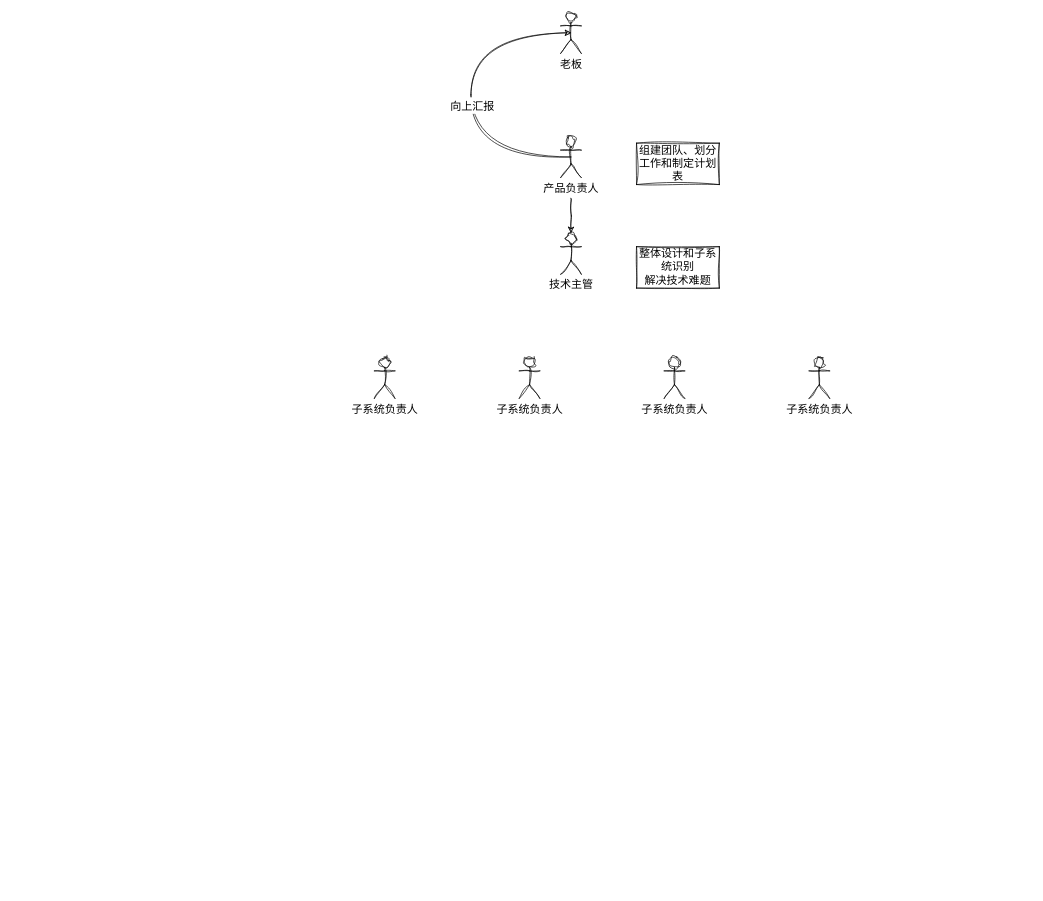
Earlier version of the draw.io diagram page "中层" (1 of 5) of docs/software-enginner.drawio (caijiatao/go-lib). Source tidied: cells renumbered, new cells numbered last; positions are measured from the earlier drawing's top-left corner, leaving out a move shared by most shapes. Both pictures are drawn from the tidied source at 69%, with x=0, y=0 at pixel (374, 12).
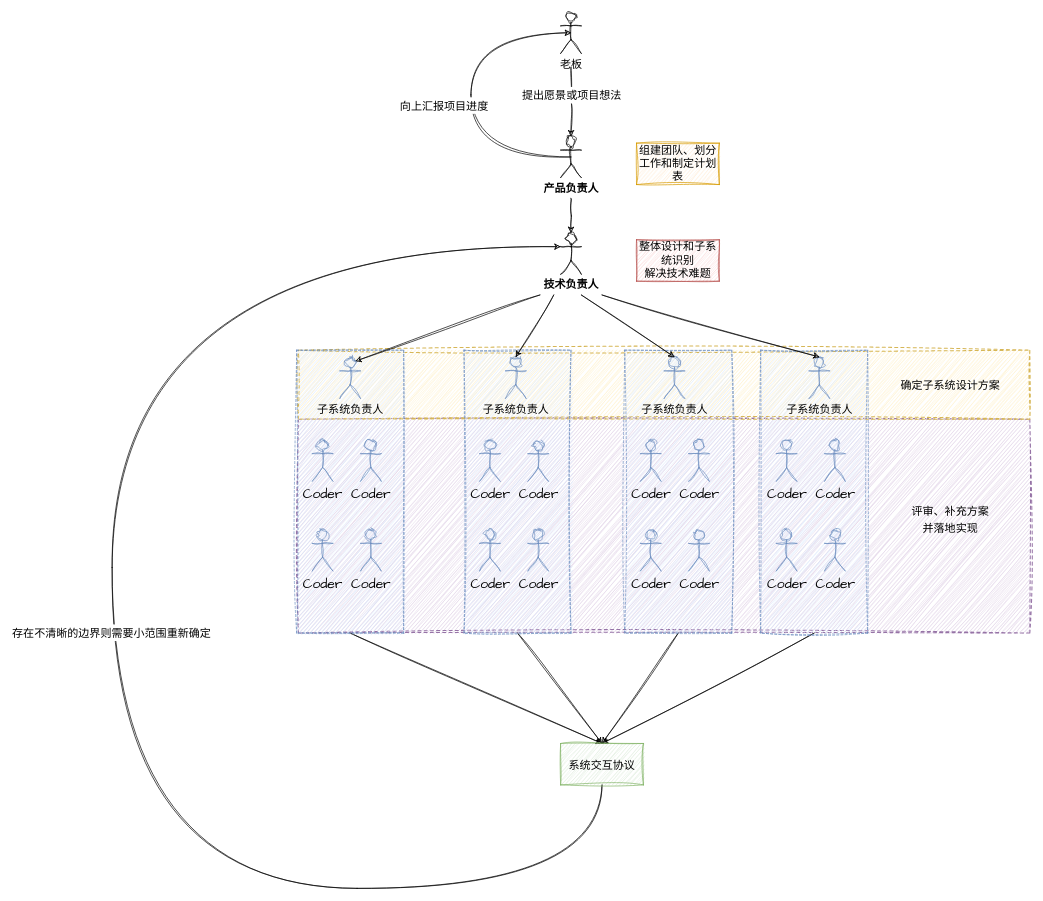
The same page after the edit.

Commit message:
feature :add pic

The change refers to these unchanged cells:
```xml
<mxCell id="3" style="edgeStyle=orthogonalEdgeStyle;sketch=1;hachureGap=4;jiggle=2;curveFitting=1;jettySize=auto;html=1;exitX=0.5;exitY=0.5;exitDx=0;exitDy=0;exitPerimeter=0;entryX=0.5;entryY=0.5;entryDx=0;entryDy=0;entryPerimeter=0;fontFamily=Architects Daughter;fontSize=16;curved=1;" parent="1" edge="1" source="5" target="7">
  <mxGeometry relative="1" as="geometry">
    <Array as="points">
      <mxPoint x="140" y="210" />
      <mxPoint x="140" y="30" />
    </Array>
  </mxGeometry>
</mxCell>
```

Change to the diagram source:
```diff
@@
+    <mxCell id="14" style="rounded=0;whiteSpace=wrap;html=1;sketch=1;hachureGap=4;jiggle=2;curveFitting=1;fontFamily=Architects Daughter;fontSize=20;dashed=1;fillColor=#e1d5e7;strokeColor=#9673a6;strokeWidth=1.5;" parent="1" vertex="1">
+      <mxGeometry x="-110" y="590" width="1060" height="310" as="geometry" />
+    </mxCell>
+    <mxCell id="15" style="rounded=0;whiteSpace=wrap;html=1;sketch=1;hachureGap=4;jiggle=2;curveFitting=1;fontFamily=Architects Daughter;fontSize=20;dashed=1;fillColor=#fff2cc;strokeColor=#d6b656;strokeWidth=1.5;" parent="1" vertex="1">
+      <mxGeometry x="-110" y="490" width="1060" height="100" as="geometry" />
+    </mxCell>
+    <mxCell id="16" style="rounded=0;sketch=1;hachureGap=4;jiggle=2;curveFitting=1;jettySize=auto;html=1;exitX=0.5;exitY=1;exitDx=0;exitDy=0;entryX=0.5;entryY=0;entryDx=0;entryDy=0;fontFamily=Architects Daughter;fontSize=16;" parent="1" edge="1" source="17" target="48">
+      <mxGeometry relative="1" as="geometry" />
+    </mxCell>
+    <mxCell id="17" style="rounded=0;whiteSpace=wrap;html=1;sketch=1;hachureGap=4;jiggle=2;curveFitting=1;fontFamily=Architects Daughter;fontSize=20;dashed=1;fillColor=#dae8fc;strokeColor=#6c8ebf;" parent="1" vertex="1">
+      <mxGeometry x="363" y="490" width="155" height="410" as="geometry" />
+    </mxCell>
+    <mxCell id="18" style="rounded=0;sketch=1;hachureGap=4;jiggle=2;curveFitting=1;jettySize=auto;html=1;exitX=0.5;exitY=1;exitDx=0;exitDy=0;entryX=0.5;entryY=0;entryDx=0;entryDy=0;fontFamily=Architects Daughter;fontSize=16;" parent="1" edge="1" source="19" target="48">
+      <mxGeometry relative="1" as="geometry" />
+    </mxCell>
+    <mxCell id="19" style="rounded=0;whiteSpace=wrap;html=1;sketch=1;hachureGap=4;jiggle=2;curveFitting=1;fontFamily=Architects Daughter;fontSize=20;dashed=1;fillColor=#dae8fc;strokeColor=#6c8ebf;" parent="1" vertex="1">
+      <mxGeometry x="130" y="490" width="155" height="410" as="geometry" />
+    </mxCell>
+    <mxCell id="20" style="rounded=0;sketch=1;hachureGap=4;jiggle=2;curveFitting=1;jettySize=auto;html=1;exitX=0.5;exitY=1;exitDx=0;exitDy=0;fontFamily=Architects Daughter;fontSize=16;" parent="1" edge="1" source="21">
+      <mxGeometry relative="1" as="geometry">
+        <mxPoint x="330" y="1060" as="targetPoint" />
+      </mxGeometry>
+    </mxCell>
+    <mxCell id="21" style="rounded=0;whiteSpace=wrap;html=1;sketch=1;hachureGap=4;jiggle=2;curveFitting=1;fontFamily=Architects Daughter;fontSize=20;dashed=1;fillColor=#dae8fc;strokeColor=#6c8ebf;" parent="1" vertex="1">
+      <mxGeometry x="560" y="490" width="155" height="410" as="geometry" />
+    </mxCell>
+    <mxCell id="22" value="Coder" style="shape=umlActor;verticalLabelPosition=bottom;verticalAlign=top;html=1;sketch=1;hachureGap=4;jiggle=2;curveFitting=1;fontFamily=Architects Daughter;fontSize=20;fillColor=#dae8fc;strokeColor=#6c8ebf;" parent="1" vertex="1">
+      <mxGeometry x="582.5" y="620" width="30" height="60" as="geometry" />
+    </mxCell>
+    <mxCell id="23" value="Coder" style="shape=umlActor;verticalLabelPosition=bottom;verticalAlign=top;html=1;sketch=1;hachureGap=4;jiggle=2;curveFitting=1;fontFamily=Architects Daughter;fontSize=20;fillColor=#dae8fc;strokeColor=#6c8ebf;" parent="1" vertex="1">
+      <mxGeometry x="652.5" y="620" width="30" height="60" as="geometry" />
+    </mxCell>
+    <mxCell id="24" value="Coder" style="shape=umlActor;verticalLabelPosition=bottom;verticalAlign=top;html=1;sketch=1;hachureGap=4;jiggle=2;curveFitting=1;fontFamily=Architects Daughter;fontSize=20;fillColor=#dae8fc;strokeColor=#6c8ebf;" parent="1" vertex="1">
+      <mxGeometry x="652.5" y="750" width="30" height="60" as="geometry" />
+    </mxCell>
+    <mxCell id="25" value="Coder" style="shape=umlActor;verticalLabelPosition=bottom;verticalAlign=top;html=1;sketch=1;hachureGap=4;jiggle=2;curveFitting=1;fontFamily=Architects Daughter;fontSize=20;fillColor=#dae8fc;strokeColor=#6c8ebf;" parent="1" vertex="1">
+      <mxGeometry x="582.5" y="750" width="30" height="60" as="geometry" />
+    </mxCell>
+    <mxCell id="26" style="rounded=0;sketch=1;hachureGap=4;jiggle=2;curveFitting=1;jettySize=auto;html=1;exitX=0.5;exitY=1;exitDx=0;exitDy=0;entryX=0.5;entryY=0;entryDx=0;entryDy=0;fontFamily=Architects Daughter;fontSize=16;" parent="1" edge="1" source="27" target="48">
+      <mxGeometry relative="1" as="geometry" />
+    </mxCell>
+    <mxCell id="27" style="rounded=0;whiteSpace=wrap;html=1;sketch=1;hachureGap=4;jiggle=2;curveFitting=1;fontFamily=Architects Daughter;fontSize=20;dashed=1;fillColor=#dae8fc;strokeColor=#6c8ebf;" parent="1" vertex="1">
+      <mxGeometry x="-112.5" y="490" width="155" height="410" as="geometry" />
+    </mxCell>
@@
-    <mxCell id="4" value="&lt;font style=&quot;font-size: 16px;&quot;&gt;向上汇报&lt;/font&gt;" style="edgeLabel;html=1;align=center;verticalAlign=middle;fontSize=20;fontFamily=Architects Daughter;" parent="3" vertex="1">
-      <mxGeometry x="-0.06" y="-1" relative="1" as="geometry" />
+    <mxCell id="4" value="&lt;font style=&quot;font-size: 16px;&quot;&gt;向上汇报项目进度&lt;/font&gt;" style="edgeLabel;html=1;align=center;verticalAlign=middle;fontSize=20;fontFamily=Architects Daughter;" parent="3" vertex="1">
+      <mxGeometry x="-0.06" y="-1" relative="1" as="geometry">
+        <mxPoint x="-41" as="offset" />
+      </mxGeometry>
     </mxCell>
-    <mxCell id="5" value="产品负责人" style="shape=umlActor;verticalLabelPosition=bottom;verticalAlign=top;html=1;outlineConnect=0;sketch=1;hachureGap=4;jiggle=2;curveFitting=1;fontFamily=Architects Daughter;fontSize=16;" parent="1" vertex="1">
+    <mxCell id="5" value="&lt;b&gt;产品负责人&lt;/b&gt;" style="shape=umlActor;verticalLabelPosition=bottom;verticalAlign=top;html=1;outlineConnect=0;sketch=1;hachureGap=4;jiggle=2;curveFitting=1;fontFamily=Architects Daughter;fontSize=16;" parent="1" vertex="1">
       <mxGeometry x="270" y="180" width="30" height="60" as="geometry" />
     </mxCell>
+    <mxCell id="28" style="rounded=0;sketch=1;hachureGap=4;jiggle=2;curveFitting=1;jettySize=auto;html=1;entryX=0.75;entryY=0.1;entryDx=0;entryDy=0;entryPerimeter=0;fontFamily=Architects Daughter;fontSize=16;" parent="1" edge="1" target="9">
+      <mxGeometry relative="1" as="geometry">
+        <mxPoint x="240" y="410" as="sourcePoint" />
+      </mxGeometry>
+    </mxCell>
-    <mxCell id="6" value="技术主管" style="shape=umlActor;verticalLabelPosition=bottom;verticalAlign=top;html=1;outlineConnect=0;sketch=1;hachureGap=4;jiggle=2;curveFitting=1;fontFamily=Architects Daughter;fontSize=16;" parent="1" vertex="1">
+    <mxCell id="6" value="&lt;b&gt;技术负责人&lt;/b&gt;" style="shape=umlActor;verticalLabelPosition=bottom;verticalAlign=top;html=1;outlineConnect=0;sketch=1;hachureGap=4;jiggle=2;curveFitting=1;fontFamily=Architects Daughter;fontSize=16;" parent="1" vertex="1">
       <mxGeometry x="270" y="320" width="30" height="60" as="geometry" />
     </mxCell>
+    <mxCell id="29" style="edgeStyle=orthogonalEdgeStyle;rounded=0;sketch=1;hachureGap=4;jiggle=2;curveFitting=1;jettySize=auto;html=1;fontFamily=Architects Daughter;fontSize=16;" parent="1" edge="1" target="5">
+      <mxGeometry relative="1" as="geometry">
+        <mxPoint x="285" y="80" as="sourcePoint" />
+      </mxGeometry>
+    </mxCell>
+    <mxCell id="30" value="&lt;font style=&quot;font-size: 16px;&quot;&gt;提出愿景或项目想法&lt;/font&gt;" style="edgeLabel;html=1;align=center;verticalAlign=middle;fontSize=20;fontFamily=Architects Daughter;" parent="29" vertex="1">
+      <mxGeometry x="-0.2" y="1" relative="1" as="geometry">
+        <mxPoint x="-1" as="offset" />
+      </mxGeometry>
+    </mxCell>
@@
-    <mxCell id="8" value="整体设计和子系统识别&lt;br&gt;解决技术难题" style="rounded=0;whiteSpace=wrap;html=1;sketch=1;hachureGap=4;jiggle=2;curveFitting=1;fontFamily=Architects Daughter;fontSize=16;" parent="1" vertex="1">
-      <mxGeometry x="380" y="340" width="120" height="60" as="geometry" />
+    <mxCell id="8" value="整体设计和子系统识别&lt;br&gt;解决技术难题" style="rounded=0;whiteSpace=wrap;html=1;sketch=1;hachureGap=4;jiggle=2;curveFitting=1;fontFamily=Architects Daughter;fontSize=16;fillColor=#f8cecc;strokeColor=#b85450;" parent="1" vertex="1">
+      <mxGeometry x="380" y="330" width="120" height="60" as="geometry" />
     </mxCell>
-    <mxCell id="9" value="子系统负责人" style="shape=umlActor;verticalLabelPosition=bottom;verticalAlign=top;html=1;outlineConnect=0;sketch=1;hachureGap=4;jiggle=2;curveFitting=1;fontFamily=Architects Daughter;fontSize=16;" parent="1" vertex="1">
-      <mxGeometry y="500" width="30" height="60" as="geometry" />
+    <mxCell id="9" value="子系统负责人" style="shape=umlActor;verticalLabelPosition=bottom;verticalAlign=top;html=1;outlineConnect=0;sketch=1;hachureGap=4;jiggle=2;curveFitting=1;fontFamily=Architects Daughter;fontSize=16;fillColor=#dae8fc;strokeColor=#6c8ebf;" parent="1" vertex="1">
+      <mxGeometry x="-50" y="500" width="30" height="60" as="geometry" />
     </mxCell>
-    <mxCell id="10" value="子系统负责人" style="shape=umlActor;verticalLabelPosition=bottom;verticalAlign=top;html=1;outlineConnect=0;sketch=1;hachureGap=4;jiggle=2;curveFitting=1;fontFamily=Architects Daughter;fontSize=16;" parent="1" vertex="1">
-      <mxGeometry x="210" y="500" width="30" height="60" as="geometry" />
+    <mxCell id="10" value="子系统负责人" style="shape=umlActor;verticalLabelPosition=bottom;verticalAlign=top;html=1;outlineConnect=0;sketch=1;hachureGap=4;jiggle=2;curveFitting=1;fontFamily=Architects Daughter;fontSize=16;fillColor=#dae8fc;strokeColor=#6c8ebf;" parent="1" vertex="1">
+      <mxGeometry x="190" y="500" width="30" height="60" as="geometry" />
     </mxCell>
-    <mxCell id="11" value="子系统负责人" style="shape=umlActor;verticalLabelPosition=bottom;verticalAlign=top;html=1;outlineConnect=0;sketch=1;hachureGap=4;jiggle=2;curveFitting=1;fontFamily=Architects Daughter;fontSize=16;" parent="1" vertex="1">
+    <mxCell id="11" value="子系统负责人" style="shape=umlActor;verticalLabelPosition=bottom;verticalAlign=top;html=1;outlineConnect=0;sketch=1;hachureGap=4;jiggle=2;curveFitting=1;fontFamily=Architects Daughter;fontSize=16;fillColor=#dae8fc;strokeColor=#6c8ebf;" parent="1" vertex="1">
       <mxGeometry x="420" y="500" width="30" height="60" as="geometry" />
     </mxCell>
-    <mxCell id="12" value="子系统负责人" style="shape=umlActor;verticalLabelPosition=bottom;verticalAlign=top;html=1;outlineConnect=0;sketch=1;hachureGap=4;jiggle=2;curveFitting=1;fontFamily=Architects Daughter;fontSize=16;" parent="1" vertex="1">
+    <mxCell id="12" value="子系统负责人" style="shape=umlActor;verticalLabelPosition=bottom;verticalAlign=top;html=1;outlineConnect=0;sketch=1;hachureGap=4;jiggle=2;curveFitting=1;fontFamily=Architects Daughter;fontSize=16;fillColor=#dae8fc;strokeColor=#6c8ebf;" parent="1" vertex="1">
       <mxGeometry x="630" y="500" width="30" height="60" as="geometry" />
     </mxCell>
-    <mxCell id="13" value="组建团队、划分工作和制定计划表" style="rounded=0;whiteSpace=wrap;html=1;sketch=1;hachureGap=4;jiggle=2;curveFitting=1;fontFamily=Architects Daughter;fontSize=16;" parent="1" vertex="1">
+    <mxCell id="13" value="组建团队、划分工作和制定计划表" style="rounded=0;whiteSpace=wrap;html=1;sketch=1;hachureGap=4;jiggle=2;curveFitting=1;fontFamily=Architects Daughter;fontSize=16;fillColor=#ffe6cc;strokeColor=#d79b00;" parent="1" vertex="1">
       <mxGeometry x="380" y="190" width="120" height="60" as="geometry" />
     </mxCell>
+    <mxCell id="31" style="rounded=0;sketch=1;hachureGap=4;jiggle=2;curveFitting=1;jettySize=auto;html=1;entryX=0.5;entryY=0;entryDx=0;entryDy=0;entryPerimeter=0;fontFamily=Architects Daughter;fontSize=16;" parent="1" edge="1" target="10">
+      <mxGeometry relative="1" as="geometry">
+        <mxPoint x="260" y="410" as="sourcePoint" />
+      </mxGeometry>
+    </mxCell>
+    <mxCell id="32" style="rounded=0;sketch=1;hachureGap=4;jiggle=2;curveFitting=1;jettySize=auto;html=1;entryX=0.5;entryY=0;entryDx=0;entryDy=0;entryPerimeter=0;fontFamily=Architects Daughter;fontSize=16;" parent="1" edge="1" target="11">
+      <mxGeometry relative="1" as="geometry">
+        <mxPoint x="300" y="410" as="sourcePoint" />
+      </mxGeometry>
+    </mxCell>
+    <mxCell id="33" style="rounded=0;sketch=1;hachureGap=4;jiggle=2;curveFitting=1;jettySize=auto;html=1;entryX=0.5;entryY=0;entryDx=0;entryDy=0;entryPerimeter=0;fontFamily=Architects Daughter;fontSize=16;" parent="1" edge="1" target="12">
+      <mxGeometry relative="1" as="geometry">
+        <mxPoint x="330" y="410" as="sourcePoint" />
+      </mxGeometry>
+    </mxCell>
+    <mxCell id="34" value="Coder" style="shape=umlActor;verticalLabelPosition=bottom;verticalAlign=top;html=1;sketch=1;hachureGap=4;jiggle=2;curveFitting=1;fontFamily=Architects Daughter;fontSize=20;fillColor=#dae8fc;strokeColor=#6c8ebf;" parent="1" vertex="1">
+      <mxGeometry x="-90" y="620" width="30" height="60" as="geometry" />
+    </mxCell>
+    <mxCell id="35" value="Coder" style="shape=umlActor;verticalLabelPosition=bottom;verticalAlign=top;html=1;sketch=1;hachureGap=4;jiggle=2;curveFitting=1;fontFamily=Architects Daughter;fontSize=20;fillColor=#dae8fc;strokeColor=#6c8ebf;" parent="1" vertex="1">
+      <mxGeometry x="-20" y="620" width="30" height="60" as="geometry" />
+    </mxCell>
+    <mxCell id="36" value="Coder" style="shape=umlActor;verticalLabelPosition=bottom;verticalAlign=top;html=1;sketch=1;hachureGap=4;jiggle=2;curveFitting=1;fontFamily=Architects Daughter;fontSize=20;fillColor=#dae8fc;strokeColor=#6c8ebf;" parent="1" vertex="1">
+      <mxGeometry x="-20" y="750" width="30" height="60" as="geometry" />
+    </mxCell>
+    <mxCell id="37" value="Coder" style="shape=umlActor;verticalLabelPosition=bottom;verticalAlign=top;html=1;sketch=1;hachureGap=4;jiggle=2;curveFitting=1;fontFamily=Architects Daughter;fontSize=20;fillColor=#dae8fc;strokeColor=#6c8ebf;" parent="1" vertex="1">
+      <mxGeometry x="-90" y="750" width="30" height="60" as="geometry" />
+    </mxCell>
+    <mxCell id="38" value="Coder" style="shape=umlActor;verticalLabelPosition=bottom;verticalAlign=top;html=1;sketch=1;hachureGap=4;jiggle=2;curveFitting=1;fontFamily=Architects Daughter;fontSize=20;fillColor=#dae8fc;strokeColor=#6c8ebf;" parent="1" vertex="1">
+      <mxGeometry x="152.5" y="620" width="30" height="60" as="geometry" />
+    </mxCell>
+    <mxCell id="39" value="Coder" style="shape=umlActor;verticalLabelPosition=bottom;verticalAlign=top;html=1;sketch=1;hachureGap=4;jiggle=2;curveFitting=1;fontFamily=Architects Daughter;fontSize=20;fillColor=#dae8fc;strokeColor=#6c8ebf;" parent="1" vertex="1">
+      <mxGeometry x="222.5" y="620" width="30" height="60" as="geometry" />
+    </mxCell>
+    <mxCell id="40" value="Coder" style="shape=umlActor;verticalLabelPosition=bottom;verticalAlign=top;html=1;sketch=1;hachureGap=4;jiggle=2;curveFitting=1;fontFamily=Architects Daughter;fontSize=20;fillColor=#dae8fc;strokeColor=#6c8ebf;" parent="1" vertex="1">
+      <mxGeometry x="222.5" y="750" width="30" height="60" as="geometry" />
+    </mxCell>
+    <mxCell id="41" value="Coder" style="shape=umlActor;verticalLabelPosition=bottom;verticalAlign=top;html=1;sketch=1;hachureGap=4;jiggle=2;curveFitting=1;fontFamily=Architects Daughter;fontSize=20;fillColor=#dae8fc;strokeColor=#6c8ebf;" parent="1" vertex="1">
+      <mxGeometry x="152.5" y="750" width="30" height="60" as="geometry" />
+    </mxCell>
+    <mxCell id="42" value="Coder" style="shape=umlActor;verticalLabelPosition=bottom;verticalAlign=top;html=1;sketch=1;hachureGap=4;jiggle=2;curveFitting=1;fontFamily=Architects Daughter;fontSize=20;fillColor=#dae8fc;strokeColor=#6c8ebf;" parent="1" vertex="1">
+      <mxGeometry x="385.5" y="620" width="30" height="60" as="geometry" />
+    </mxCell>
+    <mxCell id="43" value="Coder" style="shape=umlActor;verticalLabelPosition=bottom;verticalAlign=top;html=1;sketch=1;hachureGap=4;jiggle=2;curveFitting=1;fontFamily=Architects Daughter;fontSize=20;fillColor=#dae8fc;strokeColor=#6c8ebf;" parent="1" vertex="1">
+      <mxGeometry x="455.5" y="620" width="30" height="60" as="geometry" />
+    </mxCell>
+    <mxCell id="44" value="Coder" style="shape=umlActor;verticalLabelPosition=bottom;verticalAlign=top;html=1;sketch=1;hachureGap=4;jiggle=2;curveFitting=1;fontFamily=Architects Daughter;fontSize=20;fillColor=#dae8fc;strokeColor=#6c8ebf;" parent="1" vertex="1">
+      <mxGeometry x="455.5" y="750" width="30" height="60" as="geometry" />
+    </mxCell>
+    <mxCell id="45" value="Coder" style="shape=umlActor;verticalLabelPosition=bottom;verticalAlign=top;html=1;sketch=1;hachureGap=4;jiggle=2;curveFitting=1;fontFamily=Architects Daughter;fontSize=20;fillColor=#dae8fc;strokeColor=#6c8ebf;" parent="1" vertex="1">
+      <mxGeometry x="385.5" y="750" width="30" height="60" as="geometry" />
+    </mxCell>
+    <mxCell id="46" style="edgeStyle=orthogonalEdgeStyle;sketch=1;hachureGap=4;jiggle=2;curveFitting=1;jettySize=auto;html=1;exitX=0.5;exitY=1;exitDx=0;exitDy=0;entryX=0;entryY=0.3333333333333333;entryDx=0;entryDy=0;entryPerimeter=0;fontFamily=Architects Daughter;fontSize=16;curved=1;" parent="1" edge="1" source="48" target="6">
+      <mxGeometry relative="1" as="geometry">
+        <Array as="points">
+          <mxPoint x="330" y="1270" />
+          <mxPoint x="-380" y="1270" />
+          <mxPoint x="-380" y="340" />
+        </Array>
+      </mxGeometry>
+    </mxCell>
+    <mxCell id="47" value="&lt;font style=&quot;font-size: 16px;&quot;&gt;存在不清晰的边界则需要小范围重新确定&lt;/font&gt;" style="edgeLabel;html=1;align=center;verticalAlign=middle;fontSize=20;fontFamily=Architects Daughter;" parent="46" vertex="1">
+      <mxGeometry x="0.01" y="2" relative="1" as="geometry" />
+    </mxCell>
+    <mxCell id="48" value="&lt;font style=&quot;font-size: 16px;&quot;&gt;系统交互协议&lt;/font&gt;" style="rounded=0;whiteSpace=wrap;html=1;sketch=1;hachureGap=4;jiggle=2;curveFitting=1;fontFamily=Architects Daughter;fontSize=20;fillColor=#d5e8d4;strokeColor=#82b366;" parent="1" vertex="1">
+      <mxGeometry x="270" y="1060" width="120" height="60" as="geometry" />
+    </mxCell>
+    <mxCell id="49" value="&lt;font style=&quot;font-size: 16px;&quot;&gt;确定子系统设计方案&lt;/font&gt;" style="text;html=1;strokeColor=none;fillColor=none;align=center;verticalAlign=middle;whiteSpace=wrap;rounded=0;fontSize=20;fontFamily=Architects Daughter;" parent="1" vertex="1">
+      <mxGeometry x="760" y="525" width="150" height="30" as="geometry" />
+    </mxCell>
+    <mxCell id="50" value="&lt;font style=&quot;font-size: 16px;&quot;&gt;评审、补充方案&lt;br&gt;并落地实现&lt;/font&gt;" style="text;html=1;strokeColor=none;fillColor=none;align=center;verticalAlign=middle;whiteSpace=wrap;rounded=0;fontSize=20;fontFamily=Architects Daughter;" parent="1" vertex="1">
+      <mxGeometry x="760" y="720" width="150" height="30" as="geometry" />
+    </mxCell>
```
